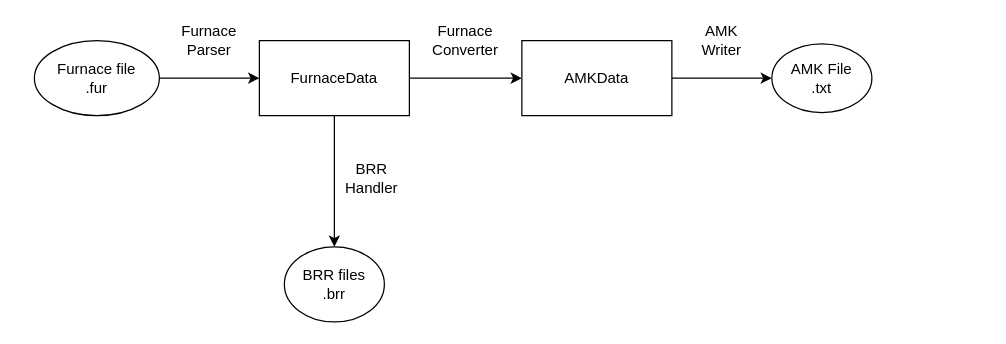
This is src/doc/fur2amk.drawio from schematuna/fur2amk, a draw.io file, before an edit. Source tidied: cells renumbered, new cells numbered last; positions are measured from the earlier drawing's top-left corner, leaving out a move shared by most shapes. Both pictures are drawn from the tidied source at 125%, with x=0, y=0 at pixel (34, 21).
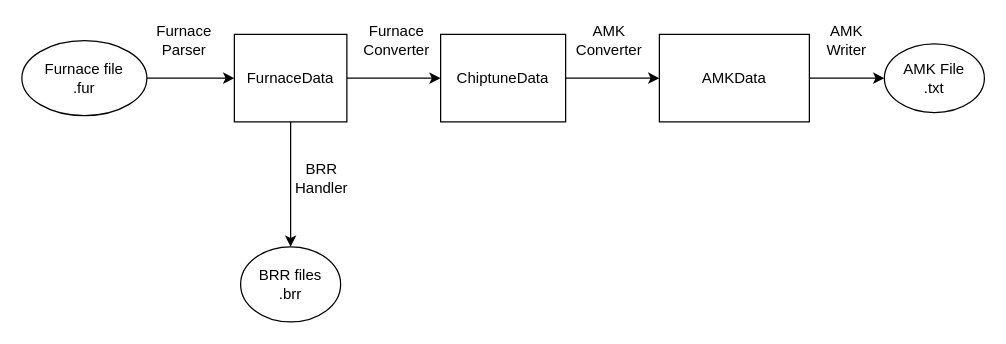
The same diagram, later.

Change to the diagram source:
```diff
@@
 <mxGraphModel>
   <root>
     <mxCell id="0" />
     <mxCell id="1" parent="0" />
     <mxCell id="2" style="edgeStyle=orthogonalEdgeStyle;rounded=0;jettySize=auto;html=1;" parent="1" edge="1" source="3" target="6">
       <mxGeometry relative="1" as="geometry" />
     </mxCell>
     <mxCell id="3" value="&lt;div&gt;Furnace file&lt;/div&gt;&lt;div&gt;.fur&lt;/div&gt;" style="ellipse;whiteSpace=wrap;html=1;" parent="1" vertex="1">
-      <mxGeometry y="15" width="100" height="60" as="geometry" />
+      <mxGeometry x="-10" y="15" width="100" height="60" as="geometry" />
     </mxCell>
-    <mxCell id="4" style="edgeStyle=orthogonalEdgeStyle;rounded=0;jettySize=auto;html=1;" parent="1" edge="1" source="6" target="9">
+    <mxCell id="4" style="edgeStyle=orthogonalEdgeStyle;rounded=0;jettySize=auto;html=1;entryX=0;entryY=0.5;entryDx=0;entryDy=0;" parent="1" edge="1" source="6" target="16">
       <mxGeometry relative="1" as="geometry" />
     </mxCell>
     <mxCell id="5" style="edgeStyle=orthogonalEdgeStyle;rounded=0;jettySize=auto;html=1;" parent="1" edge="1" source="6" target="13">
       <mxGeometry relative="1" as="geometry" />
     </mxCell>
     <mxCell id="6" value="&lt;div&gt;FurnaceData&lt;/div&gt;" style="whiteSpace=wrap;html=1;" parent="1" vertex="1">
-      <mxGeometry x="180" y="15" width="120" height="60" as="geometry" />
+      <mxGeometry x="160" y="10" width="90" height="70" as="geometry" />
     </mxCell>
     <mxCell id="7" value="&lt;div&gt;Furnace Parser&lt;/div&gt;" style="text;html=1;whiteSpace=wrap;strokeColor=none;fillColor=none;align=center;verticalAlign=middle;rounded=0;" parent="1" vertex="1">
-      <mxGeometry x="110" width="60" height="30" as="geometry" />
+      <mxGeometry x="90" width="60" height="30" as="geometry" />
     </mxCell>
     <mxCell id="8" style="edgeStyle=orthogonalEdgeStyle;rounded=0;jettySize=auto;html=1;" parent="1" edge="1" source="9" target="11">
       <mxGeometry relative="1" as="geometry" />
     </mxCell>
     <mxCell id="9" value="AMKData" style="whiteSpace=wrap;html=1;" parent="1" vertex="1">
-      <mxGeometry x="390" y="15" width="120" height="60" as="geometry" />
+      <mxGeometry x="500" y="10" width="120" height="70" as="geometry" />
     </mxCell>
     <mxCell id="10" value="&lt;div&gt;Furnace&lt;/div&gt;&lt;div&gt;Converter&lt;/div&gt;" style="text;html=1;whiteSpace=wrap;strokeColor=none;fillColor=none;align=center;verticalAlign=middle;rounded=0;" parent="1" vertex="1">
-      <mxGeometry x="315" width="60" height="30" as="geometry" />
+      <mxGeometry x="260" width="60" height="30" as="geometry" />
     </mxCell>
     <mxCell id="11" value="&lt;div&gt;AMK File&lt;/div&gt;&lt;div&gt;.txt&lt;/div&gt;" style="ellipse;whiteSpace=wrap;html=1;" parent="1" vertex="1">
-      <mxGeometry x="590" y="17.5" width="80" height="55" as="geometry" />
+      <mxGeometry x="680" y="17.5" width="80" height="55" as="geometry" />
     </mxCell>
     <mxCell id="12" value="&lt;div&gt;AMK&lt;/div&gt;&lt;div&gt;Writer&lt;/div&gt;" style="text;html=1;whiteSpace=wrap;strokeColor=none;fillColor=none;align=center;verticalAlign=middle;rounded=0;" parent="1" vertex="1">
-      <mxGeometry x="520" width="60" height="30" as="geometry" />
+      <mxGeometry x="620" width="60" height="30" as="geometry" />
     </mxCell>
     <mxCell id="13" value="&lt;div&gt;BRR files&lt;/div&gt;&lt;div&gt;.brr&lt;/div&gt;" style="ellipse;whiteSpace=wrap;html=1;" parent="1" vertex="1">
-      <mxGeometry x="200" y="180" width="80" height="60" as="geometry" />
+      <mxGeometry x="165" y="180" width="80" height="60" as="geometry" />
     </mxCell>
     <mxCell id="14" value="&lt;div&gt;BRR&lt;/div&gt;&lt;div&gt;Handler&lt;/div&gt;" style="text;html=1;whiteSpace=wrap;strokeColor=none;fillColor=none;align=center;verticalAlign=middle;rounded=0;" parent="1" vertex="1">
-      <mxGeometry x="240" y="110" width="60" height="30" as="geometry" />
+      <mxGeometry x="200" y="110" width="60" height="30" as="geometry" />
     </mxCell>
+    <mxCell id="15" style="edgeStyle=orthogonalEdgeStyle;rounded=0;jettySize=auto;html=1;exitX=1;exitY=0.5;exitDx=0;exitDy=0;" parent="1" edge="1" source="16" target="9">
+      <mxGeometry relative="1" as="geometry" />
+    </mxCell>
+    <mxCell id="16" value="&lt;div&gt;ChiptuneData&lt;/div&gt;" style="rounded=0;whiteSpace=wrap;html=1;" parent="1" vertex="1">
+      <mxGeometry x="325" y="10" width="100" height="70" as="geometry" />
+    </mxCell>
+    <mxCell id="17" value="&lt;div&gt;AMK&lt;/div&gt;&lt;div&gt;Converter&lt;/div&gt;" style="text;html=1;whiteSpace=wrap;strokeColor=none;fillColor=none;align=center;verticalAlign=middle;rounded=0;" parent="1" vertex="1">
+      <mxGeometry x="430" width="60" height="30" as="geometry" />
+    </mxCell>
   </root>
 </mxGraphModel>
```
